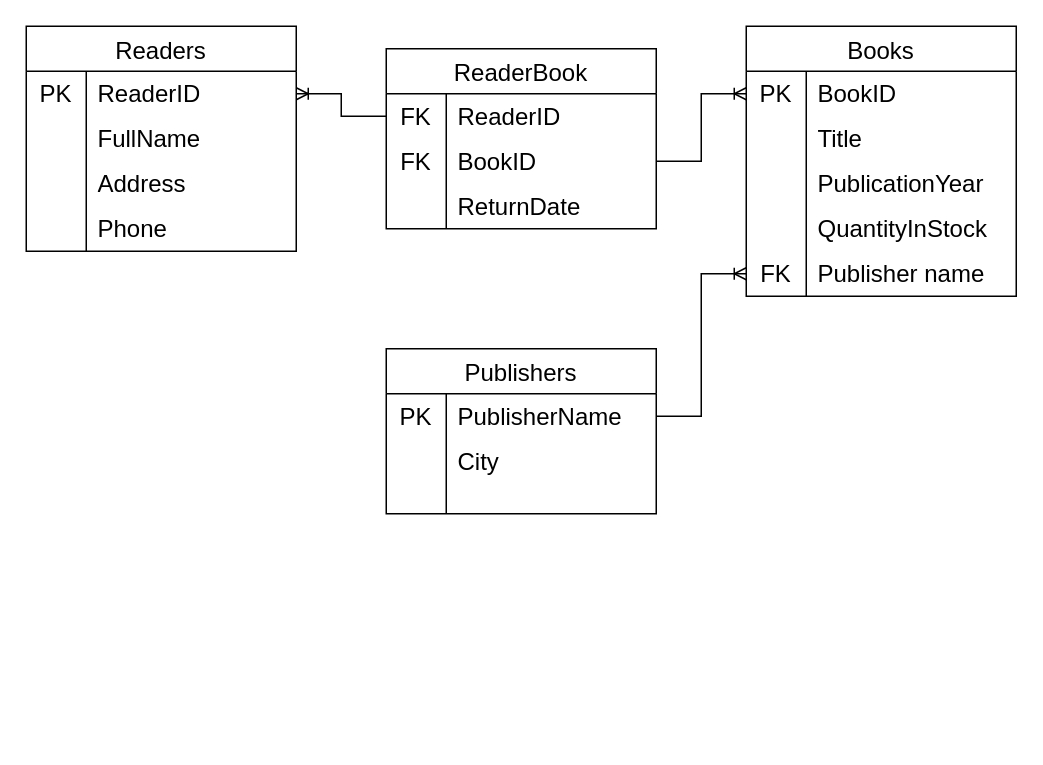
Above: LibTask.drawio in SixStringEmperor/2.1LibraryTask (draw.io), before the change. Source tidied: cells renumbered, new cells numbered last; positions are measured from the earlier drawing's top-left corner, leaving out a move shared by most shapes. Both pictures are drawn from the tidied source at 150%, with x=0, y=0 at pixel (26, 26).
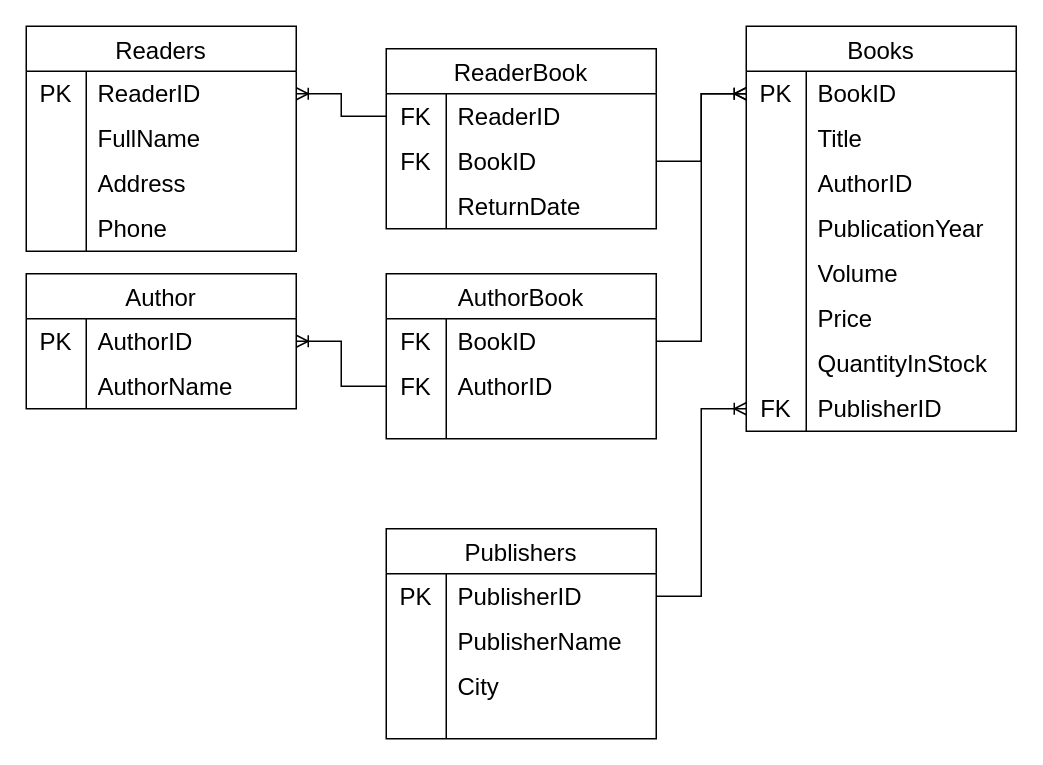
The same page after the edit.

Unchanged cells that the change refers to:
```xml
<mxCell id="16" style="shape=tableRow;horizontal=0;startSize=0;swimlaneHead=0;swimlaneBody=0;top=0;left=0;bottom=0;right=0;fillColor=none;points=[[0,0.5],[1,0.5]];portConstraint=eastwest;strokeColor=inherit;fontSize=16;" parent="15" vertex="1">
  <mxGeometry y="30" width="180" height="30" as="geometry" />
</mxCell>
<mxCell id="32" style="shape=tableRow;horizontal=0;startSize=0;swimlaneHead=0;swimlaneBody=0;top=0;left=0;bottom=0;right=0;fillColor=none;points=[[0,0.5],[1,0.5]];portConstraint=eastwest;strokeColor=inherit;fontSize=16;" parent="31" vertex="1">
  <mxGeometry y="30" width="180" height="30" as="geometry" />
</mxCell>
```

Change to the diagram source:
```diff
@@
     <mxCell id="15" value="Books" style="shape=table;startSize=30;childLayout=tableLayout;rowLines=0;fontStyle=0;strokeColor=default;fontSize=16;" parent="1" vertex="1">
-      <mxGeometry x="480" width="180" height="180" as="geometry" />
+      <mxGeometry x="480" width="180" height="270" as="geometry" />
     </mxCell>
@@
+    <mxCell id="54" style="shape=tableRow;horizontal=0;startSize=0;swimlaneHead=0;swimlaneBody=0;top=0;left=0;bottom=0;right=0;fillColor=none;strokeColor=inherit;fontSize=16;" parent="15" vertex="1">
+      <mxGeometry y="90" width="180" height="30" as="geometry" />
+    </mxCell>
+    <mxCell id="55" style="shape=partialRectangle;html=1;whiteSpace=wrap;fillColor=none;top=0;left=0;bottom=0;right=0;overflow=hidden;strokeColor=inherit;fontSize=16;" parent="54" vertex="1">
+      <mxGeometry width="40" height="30" as="geometry" />
+    </mxCell>
+    <mxCell id="56" value="AuthorID&lt;br&gt;" style="shape=partialRectangle;html=1;whiteSpace=wrap;fillColor=none;top=0;left=0;bottom=0;right=0;align=left;spacingLeft=6;overflow=hidden;strokeColor=inherit;fontSize=16;" parent="54" vertex="1">
+      <mxGeometry x="40" width="140" height="30" as="geometry" />
+    </mxCell>
     <mxCell id="22" style="shape=tableRow;horizontal=0;startSize=0;swimlaneHead=0;swimlaneBody=0;top=0;left=0;bottom=0;right=0;fillColor=none;strokeColor=inherit;fontSize=16;" parent="15" vertex="1">
-      <mxGeometry y="90" width="180" height="30" as="geometry" />
+      <mxGeometry y="120" width="180" height="30" as="geometry" />
     </mxCell>
@@
+    <mxCell id="57" style="shape=tableRow;horizontal=0;startSize=0;swimlaneHead=0;swimlaneBody=0;top=0;left=0;bottom=0;right=0;fillColor=none;strokeColor=inherit;fontSize=16;" parent="15" vertex="1">
+      <mxGeometry y="150" width="180" height="30" as="geometry" />
+    </mxCell>
+    <mxCell id="58" style="shape=partialRectangle;html=1;whiteSpace=wrap;fillColor=none;top=0;left=0;bottom=0;right=0;overflow=hidden;strokeColor=inherit;fontSize=16;" parent="57" vertex="1">
+      <mxGeometry width="40" height="30" as="geometry" />
+    </mxCell>
+    <mxCell id="59" value="Volume" style="shape=partialRectangle;html=1;whiteSpace=wrap;fillColor=none;top=0;left=0;bottom=0;right=0;align=left;spacingLeft=6;overflow=hidden;strokeColor=inherit;fontSize=16;" parent="57" vertex="1">
+      <mxGeometry x="40" width="140" height="30" as="geometry" />
+    </mxCell>
+    <mxCell id="60" style="shape=tableRow;horizontal=0;startSize=0;swimlaneHead=0;swimlaneBody=0;top=0;left=0;bottom=0;right=0;fillColor=none;strokeColor=inherit;fontSize=16;" parent="15" vertex="1">
+      <mxGeometry y="180" width="180" height="30" as="geometry" />
+    </mxCell>
+    <mxCell id="61" style="shape=partialRectangle;html=1;whiteSpace=wrap;fillColor=none;top=0;left=0;bottom=0;right=0;overflow=hidden;strokeColor=inherit;fontSize=16;" parent="60" vertex="1">
+      <mxGeometry width="40" height="30" as="geometry" />
+    </mxCell>
+    <mxCell id="62" value="Price" style="shape=partialRectangle;html=1;whiteSpace=wrap;fillColor=none;top=0;left=0;bottom=0;right=0;align=left;spacingLeft=6;overflow=hidden;strokeColor=inherit;fontSize=16;" parent="60" vertex="1">
+      <mxGeometry x="40" width="140" height="30" as="geometry" />
+    </mxCell>
     <mxCell id="25" style="shape=tableRow;horizontal=0;startSize=0;swimlaneHead=0;swimlaneBody=0;top=0;left=0;bottom=0;right=0;fillColor=none;strokeColor=inherit;fontSize=16;" parent="15" vertex="1">
-      <mxGeometry y="120" width="180" height="30" as="geometry" />
+      <mxGeometry y="210" width="180" height="30" as="geometry" />
     </mxCell>
@@
     <mxCell id="28" style="shape=tableRow;horizontal=0;startSize=0;swimlaneHead=0;swimlaneBody=0;top=0;left=0;bottom=0;right=0;fillColor=none;points=[[0,0.5],[1,0.5]];portConstraint=eastwest;strokeColor=inherit;fontSize=16;" parent="15" vertex="1">
-      <mxGeometry y="150" width="180" height="30" as="geometry" />
+      <mxGeometry y="240" width="180" height="30" as="geometry" />
     </mxCell>
@@
-    <mxCell id="30" value="Publisher name&lt;br&gt;" style="shape=partialRectangle;html=1;whiteSpace=wrap;fillColor=none;top=0;left=0;bottom=0;right=0;align=left;spacingLeft=6;overflow=hidden;strokeColor=inherit;fontSize=16;" parent="28" vertex="1">
+    <mxCell id="30" value="PublisherID" style="shape=partialRectangle;html=1;whiteSpace=wrap;fillColor=none;top=0;left=0;bottom=0;right=0;align=left;spacingLeft=6;overflow=hidden;strokeColor=inherit;fontSize=16;" parent="28" vertex="1">
       <mxGeometry x="40" width="140" height="30" as="geometry" />
     </mxCell>
     <mxCell id="31" value="Publishers" style="shape=table;startSize=30;childLayout=tableLayout;rowLines=0;fontStyle=0;strokeColor=default;fontSize=16;" parent="1" vertex="1">
-      <mxGeometry x="240" y="215" width="180" height="110" as="geometry" />
+      <mxGeometry x="240" y="335" width="180" height="140" as="geometry" />
     </mxCell>
@@
-    <mxCell id="34" value="PublisherName" style="shape=partialRectangle;html=1;whiteSpace=wrap;fillColor=none;top=0;left=0;bottom=0;right=0;align=left;spacingLeft=6;overflow=hidden;strokeColor=inherit;fontSize=16;" parent="32" vertex="1">
+    <mxCell id="34" value="PublisherID" style="shape=partialRectangle;html=1;whiteSpace=wrap;fillColor=none;top=0;left=0;bottom=0;right=0;align=left;spacingLeft=6;overflow=hidden;strokeColor=inherit;fontSize=16;" parent="32" vertex="1">
       <mxGeometry x="40" width="140" height="30" as="geometry" />
     </mxCell>
+    <mxCell id="63" style="shape=tableRow;horizontal=0;startSize=0;swimlaneHead=0;swimlaneBody=0;top=0;left=0;bottom=0;right=0;fillColor=none;strokeColor=inherit;fontSize=16;" parent="31" vertex="1">
+      <mxGeometry y="60" width="180" height="30" as="geometry" />
+    </mxCell>
+    <mxCell id="64" style="shape=partialRectangle;html=1;whiteSpace=wrap;fillColor=none;top=0;left=0;bottom=0;right=0;overflow=hidden;strokeColor=inherit;fontSize=16;" parent="63" vertex="1">
+      <mxGeometry width="40" height="30" as="geometry" />
+    </mxCell>
+    <mxCell id="65" value="PublisherName&lt;br&gt;" style="shape=partialRectangle;html=1;whiteSpace=wrap;fillColor=none;top=0;left=0;bottom=0;right=0;align=left;spacingLeft=6;overflow=hidden;strokeColor=inherit;fontSize=16;" parent="63" vertex="1">
+      <mxGeometry x="40" width="140" height="30" as="geometry" />
+    </mxCell>
     <mxCell id="35" style="shape=tableRow;horizontal=0;startSize=0;swimlaneHead=0;swimlaneBody=0;top=0;left=0;bottom=0;right=0;fillColor=none;strokeColor=inherit;fontSize=16;" parent="31" vertex="1">
-      <mxGeometry y="60" width="180" height="30" as="geometry" />
+      <mxGeometry y="90" width="180" height="30" as="geometry" />
     </mxCell>
@@
     <mxCell id="38" style="shape=tableRow;horizontal=0;startSize=0;swimlaneHead=0;swimlaneBody=0;top=0;left=0;bottom=0;right=0;fillColor=none;strokeColor=inherit;fontSize=16;" parent="31" vertex="1">
-      <mxGeometry y="90" width="180" height="20" as="geometry" />
+      <mxGeometry y="120" width="180" height="20" as="geometry" />
     </mxCell>
@@
+    <mxCell id="66" value="AuthorBook" style="shape=table;startSize=30;childLayout=tableLayout;rowLines=0;fontStyle=0;strokeColor=default;fontSize=16;" parent="1" vertex="1">
+      <mxGeometry x="240" y="165" width="180" height="110" as="geometry" />
+    </mxCell>
+    <mxCell id="67" style="shape=tableRow;horizontal=0;startSize=0;swimlaneHead=0;swimlaneBody=0;top=0;left=0;bottom=0;right=0;fillColor=none;points=[[0,0.5],[1,0.5]];portConstraint=eastwest;strokeColor=inherit;fontSize=16;" parent="66" vertex="1">
+      <mxGeometry y="30" width="180" height="30" as="geometry" />
+    </mxCell>
+    <mxCell id="68" value="FK" style="shape=partialRectangle;html=1;whiteSpace=wrap;fillColor=none;top=0;left=0;bottom=0;right=0;overflow=hidden;strokeColor=inherit;fontSize=16;" parent="67" vertex="1">
+      <mxGeometry width="40" height="30" as="geometry" />
+    </mxCell>
+    <mxCell id="69" value="BookID" style="shape=partialRectangle;html=1;whiteSpace=wrap;fillColor=none;top=0;left=0;bottom=0;right=0;align=left;spacingLeft=6;overflow=hidden;strokeColor=inherit;fontSize=16;" parent="67" vertex="1">
+      <mxGeometry x="40" width="140" height="30" as="geometry" />
+    </mxCell>
+    <mxCell id="70" style="shape=tableRow;horizontal=0;startSize=0;swimlaneHead=0;swimlaneBody=0;top=0;left=0;bottom=0;right=0;fillColor=none;points=[[0,0.5],[1,0.5]];portConstraint=eastwest;strokeColor=inherit;fontSize=16;" parent="66" vertex="1">
+      <mxGeometry y="60" width="180" height="30" as="geometry" />
+    </mxCell>
+    <mxCell id="71" value="FK" style="shape=partialRectangle;html=1;whiteSpace=wrap;fillColor=none;top=0;left=0;bottom=0;right=0;overflow=hidden;strokeColor=inherit;fontSize=16;" parent="70" vertex="1">
+      <mxGeometry width="40" height="30" as="geometry" />
+    </mxCell>
+    <mxCell id="72" value="AuthorID" style="shape=partialRectangle;html=1;whiteSpace=wrap;fillColor=none;top=0;left=0;bottom=0;right=0;align=left;spacingLeft=6;overflow=hidden;strokeColor=inherit;fontSize=16;" parent="70" vertex="1">
+      <mxGeometry x="40" width="140" height="30" as="geometry" />
+    </mxCell>
+    <mxCell id="73" style="shape=tableRow;horizontal=0;startSize=0;swimlaneHead=0;swimlaneBody=0;top=0;left=0;bottom=0;right=0;fillColor=none;strokeColor=inherit;fontSize=16;" parent="66" vertex="1">
+      <mxGeometry y="90" width="180" height="20" as="geometry" />
+    </mxCell>
+    <mxCell id="74" style="shape=partialRectangle;html=1;whiteSpace=wrap;fillColor=none;top=0;left=0;bottom=0;right=0;overflow=hidden;strokeColor=inherit;fontSize=16;" parent="73" vertex="1">
+      <mxGeometry width="40" height="20" as="geometry" />
+    </mxCell>
+    <mxCell id="75" style="shape=partialRectangle;html=1;whiteSpace=wrap;fillColor=none;top=0;left=0;bottom=0;right=0;align=left;spacingLeft=6;overflow=hidden;strokeColor=inherit;fontSize=16;" parent="73" vertex="1">
+      <mxGeometry x="40" width="140" height="20" as="geometry" />
+    </mxCell>
+    <mxCell id="76" value="Author" style="shape=table;startSize=30;childLayout=tableLayout;rowLines=0;fontStyle=0;strokeColor=default;fontSize=16;" parent="1" vertex="1">
+      <mxGeometry y="165" width="180" height="90" as="geometry" />
+    </mxCell>
+    <mxCell id="77" style="shape=tableRow;horizontal=0;startSize=0;swimlaneHead=0;swimlaneBody=0;top=0;left=0;bottom=0;right=0;fillColor=none;points=[[0,0.5],[1,0.5]];portConstraint=eastwest;strokeColor=inherit;fontSize=16;" parent="76" vertex="1">
+      <mxGeometry y="30" width="180" height="30" as="geometry" />
+    </mxCell>
+    <mxCell id="78" value="PK" style="shape=partialRectangle;html=1;whiteSpace=wrap;fillColor=none;top=0;left=0;bottom=0;right=0;overflow=hidden;strokeColor=inherit;fontSize=16;" parent="77" vertex="1">
+      <mxGeometry width="40" height="30" as="geometry" />
+    </mxCell>
+    <mxCell id="79" value="AuthorID" style="shape=partialRectangle;html=1;whiteSpace=wrap;fillColor=none;top=0;left=0;bottom=0;right=0;align=left;spacingLeft=6;overflow=hidden;strokeColor=inherit;fontSize=16;" parent="77" vertex="1">
+      <mxGeometry x="40" width="140" height="30" as="geometry" />
+    </mxCell>
+    <mxCell id="80" style="shape=tableRow;horizontal=0;startSize=0;swimlaneHead=0;swimlaneBody=0;top=0;left=0;bottom=0;right=0;fillColor=none;strokeColor=inherit;fontSize=16;" parent="76" vertex="1">
+      <mxGeometry y="60" width="180" height="30" as="geometry" />
+    </mxCell>
+    <mxCell id="81" style="shape=partialRectangle;html=1;whiteSpace=wrap;fillColor=none;top=0;left=0;bottom=0;right=0;overflow=hidden;strokeColor=inherit;fontSize=16;" parent="80" vertex="1">
+      <mxGeometry width="40" height="30" as="geometry" />
+    </mxCell>
+    <mxCell id="82" value="AuthorName" style="shape=partialRectangle;html=1;whiteSpace=wrap;fillColor=none;top=0;left=0;bottom=0;right=0;align=left;spacingLeft=6;overflow=hidden;strokeColor=inherit;fontSize=16;" parent="80" vertex="1">
+      <mxGeometry x="40" width="140" height="30" as="geometry" />
+    </mxCell>
+    <mxCell id="83" style="edgeStyle=entityRelationEdgeStyle;fontSize=12;html=1;endArrow=ERoneToMany;rounded=0;exitX=0;exitY=0.5;exitDx=0;exitDy=0;entryX=1;entryY=0.5;entryDx=0;entryDy=0;" parent="1" edge="1" source="70" target="77">
+      <mxGeometry relative="1" as="geometry" />
+    </mxCell>
+    <mxCell id="84" style="edgeStyle=entityRelationEdgeStyle;fontSize=12;html=1;endArrow=ERoneToMany;rounded=0;exitX=1;exitY=0.5;exitDx=0;exitDy=0;entryX=0;entryY=0.5;entryDx=0;entryDy=0;" parent="1" edge="1" source="67" target="16">
+      <mxGeometry relative="1" as="geometry" />
+    </mxCell>
```
